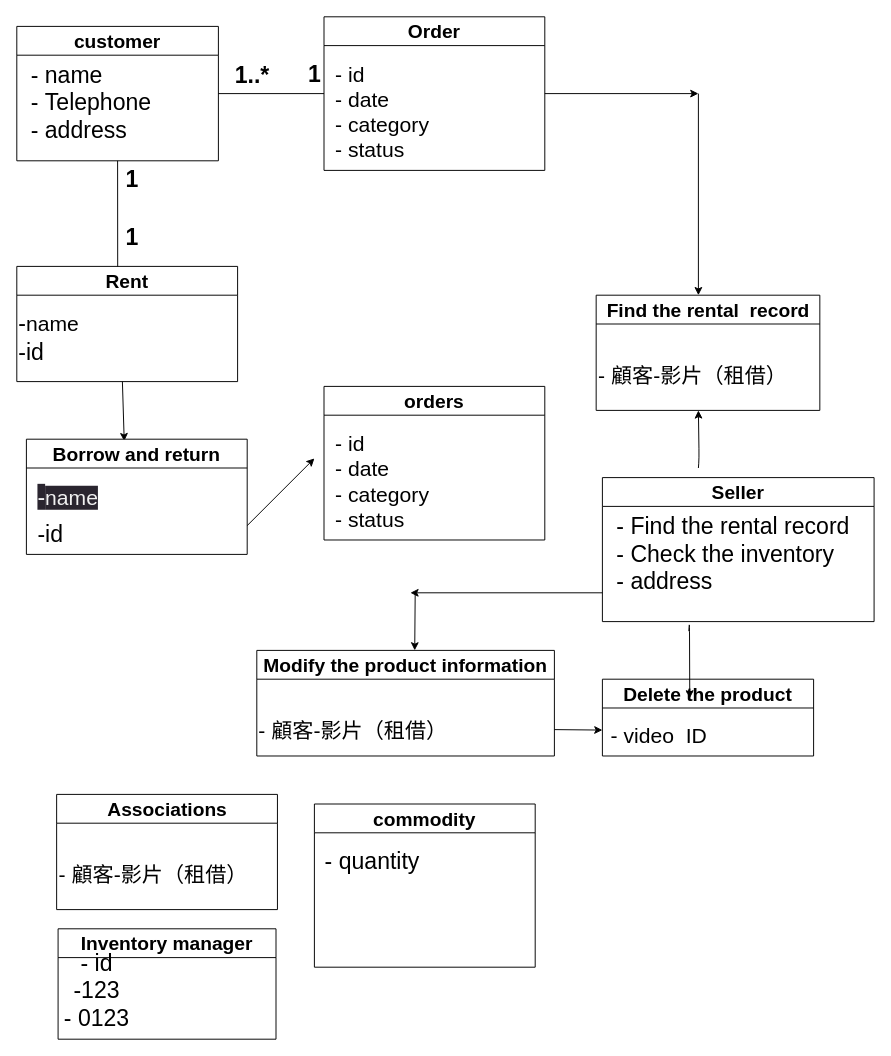
This is page "第1頁" (1 of 2) of answer.drawio from as37470317/112-2Finalproject, a draw.io file, before an edit. Source tidied: cells renumbered, new cells numbered last; positions are measured from the earlier drawing's top-left corner, leaving out a move shared by most shapes. Both pictures are drawn from the tidied source at 96%, with x=0, y=0 at pixel (16, 16).
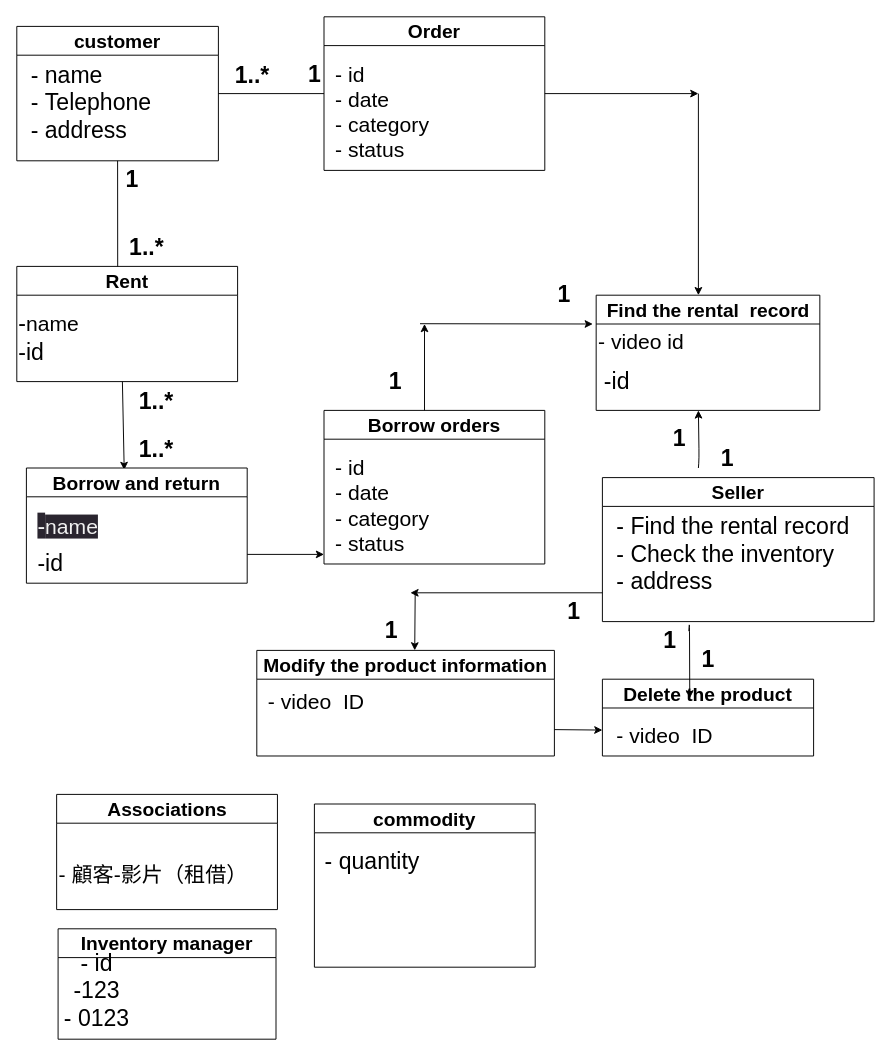
The same diagram, later.

The change refers to these unchanged cells:
```xml
<mxCell id="20" value="&lt;span style=&quot;font-size: 20px;&quot;&gt;Find the rental&amp;nbsp; record&lt;/span&gt;" style="swimlane;whiteSpace=wrap;html=1;startSize=30;" parent="1" vertex="1">
  <mxGeometry x="603.5" y="290" width="233" height="120" as="geometry" />
</mxCell>
<mxCell id="30" value="&lt;span style=&quot;font-size: 20px;&quot;&gt;Delete the product&lt;/span&gt;" style="swimlane;whiteSpace=wrap;html=1;startSize=30;" parent="1" vertex="1">
  <mxGeometry x="610" y="690" width="220" height="80" as="geometry" />
</mxCell>
<mxCell id="34" value="&lt;span style=&quot;font-size: 20px;&quot;&gt;Modify the product information&lt;/span&gt;" style="swimlane;whiteSpace=wrap;html=1;startSize=30;" parent="1" vertex="1">
  <mxGeometry x="250" y="660" width="310" height="110" as="geometry" />
</mxCell>
```

The edit, as a diff of the source:
```diff
@@
-    <mxCell id="21" value="&lt;font style=&quot;font-size: 22px;&quot;&gt; - 顧客-影片（租借）&lt;br&gt;&lt;/font&gt;" style="text;html=1;align=left;verticalAlign=middle;strokeColor=none;fillColor=none;" parent="20" vertex="1">
-      <mxGeometry y="65" width="220" height="40" as="geometry" />
+    <mxCell id="21" value="&lt;font style=&quot;font-size: 22px;&quot;&gt; - video id&lt;br&gt;&lt;/font&gt;" style="text;html=1;align=left;verticalAlign=middle;strokeColor=none;fillColor=none;" parent="20" vertex="1">
+      <mxGeometry y="30" width="110" height="40" as="geometry" />
     </mxCell>
+    <mxCell id="43" value="&lt;font style=&quot;font-size: 22px;&quot;&gt;&lt;span style=&quot;font-size: 24px;&quot;&gt;-id&lt;/span&gt;&lt;br&gt;&lt;/font&gt;" style="text;html=1;align=left;verticalAlign=middle;strokeColor=none;fillColor=none;" parent="20" vertex="1">
+      <mxGeometry x="6.5" y="70" width="50" height="40" as="geometry" />
+    </mxCell>
@@
     <mxCell id="26" style="edgeStyle=none;html=1;exitX=1;exitY=0.75;exitDx=0;exitDy=0;" parent="1" edge="1" source="27">
       <mxGeometry relative="1" as="geometry">
-        <mxPoint x="310" y="460" as="targetPoint" />
+        <mxPoint x="320" y="560" as="targetPoint" />
       </mxGeometry>
     </mxCell>
     <mxCell id="27" value="&lt;span style=&quot;font-size: 20px;&quot;&gt;Borrow and return&lt;/span&gt;" style="swimlane;whiteSpace=wrap;html=1;startSize=30;" parent="1" vertex="1">
-      <mxGeometry x="10" y="440" width="230" height="120" as="geometry" />
+      <mxGeometry x="10" y="470" width="230" height="120" as="geometry" />
     </mxCell>
@@
     <mxCell id="31" value="&lt;font style=&quot;font-size: 22px;&quot;&gt; - video&amp;nbsp; ID&lt;br&gt;&lt;/font&gt;" style="text;html=1;align=left;verticalAlign=middle;strokeColor=none;fillColor=none;" parent="30" vertex="1">
-      <mxGeometry x="7" y="40" width="120" height="40" as="geometry" />
+      <mxGeometry x="13" y="40" width="120" height="40" as="geometry" />
     </mxCell>
@@
-    <mxCell id="35" value="&lt;font style=&quot;font-size: 22px;&quot;&gt; - 顧客-影片（租借）&lt;br&gt;&lt;/font&gt;" style="text;html=1;align=left;verticalAlign=middle;strokeColor=none;fillColor=none;" parent="34" vertex="1">
-      <mxGeometry y="65" width="220" height="40" as="geometry" />
-    </mxCell>
+    <mxCell id="44" value="&lt;font style=&quot;font-size: 22px;&quot;&gt; - video&amp;nbsp; ID&lt;br&gt;&lt;/font&gt;" style="text;html=1;align=left;verticalAlign=middle;strokeColor=none;fillColor=none;" parent="34" vertex="1">
+      <mxGeometry x="10" y="35" width="120" height="40" as="geometry" />
+    </mxCell>
@@
-    <mxCell id="38" value="&lt;font style=&quot;font-size: 20px;&quot;&gt;orders&lt;/font&gt;" style="swimlane;whiteSpace=wrap;html=1;startSize=30;" parent="1" vertex="1">
-      <mxGeometry x="320" y="385" width="230" height="160" as="geometry" />
+    <mxCell id="38" value="&lt;font style=&quot;font-size: 20px;&quot;&gt;Borrow orders&lt;/font&gt;" style="swimlane;whiteSpace=wrap;html=1;startSize=30;" parent="1" vertex="1">
+      <mxGeometry x="320" y="410" width="230" height="160" as="geometry" />
     </mxCell>
@@
-    <mxCell id="42" value="1" style="text;strokeColor=none;fillColor=none;html=1;fontSize=24;fontStyle=1;verticalAlign=middle;align=center;" parent="1" vertex="1">
-      <mxGeometry x="70" y="210" width="100" height="40" as="geometry" />
-    </mxCell>
+    <mxCell id="45" value="1..*" style="text;strokeColor=none;fillColor=none;html=1;fontSize=24;fontStyle=1;verticalAlign=middle;align=center;" parent="1" vertex="1">
+      <mxGeometry x="120" y="240" width="30" as="geometry" />
+    </mxCell>
+    <mxCell id="46" value="1..*" style="text;strokeColor=none;fillColor=none;html=1;fontSize=24;fontStyle=1;verticalAlign=middle;align=center;" parent="1" vertex="1">
+      <mxGeometry x="130" y="400" width="30" as="geometry" />
+    </mxCell>
+    <mxCell id="47" value="1..*" style="text;strokeColor=none;fillColor=none;html=1;fontSize=24;fontStyle=1;verticalAlign=middle;align=center;" parent="1" vertex="1">
+      <mxGeometry x="130" y="450" width="30" as="geometry" />
+    </mxCell>
+    <mxCell id="48" style="edgeStyle=none;html=1;" parent="1" edge="1">
+      <mxGeometry relative="1" as="geometry">
+        <mxPoint x="424.7" y="410" as="sourcePoint" />
+        <mxPoint x="424.7" y="320" as="targetPoint" />
+      </mxGeometry>
+    </mxCell>
+    <mxCell id="49" style="edgeStyle=none;html=1;exitX=1;exitY=0.75;exitDx=0;exitDy=0;" parent="1" edge="1">
+      <mxGeometry relative="1" as="geometry">
+        <mxPoint x="420" y="319.7" as="sourcePoint" />
+        <mxPoint x="600" y="320" as="targetPoint" />
+      </mxGeometry>
+    </mxCell>
+    <mxCell id="50" value="1" style="text;strokeColor=none;fillColor=none;html=1;fontSize=24;fontStyle=1;verticalAlign=middle;align=center;" parent="1" vertex="1">
+      <mxGeometry x="520" y="270" width="100" height="40" as="geometry" />
+    </mxCell>
+    <mxCell id="51" value="1" style="text;strokeColor=none;fillColor=none;html=1;fontSize=24;fontStyle=1;verticalAlign=middle;align=center;" parent="1" vertex="1">
+      <mxGeometry x="344" y="360" width="100" height="40" as="geometry" />
+    </mxCell>
+    <mxCell id="52" value="1" style="text;strokeColor=none;fillColor=none;html=1;fontSize=24;fontStyle=1;verticalAlign=middle;align=center;" parent="1" vertex="1">
+      <mxGeometry x="690" y="440" width="100" height="40" as="geometry" />
+    </mxCell>
+    <mxCell id="53" value="1" style="text;strokeColor=none;fillColor=none;html=1;fontSize=24;fontStyle=1;verticalAlign=middle;align=center;" parent="1" vertex="1">
+      <mxGeometry x="640" y="420" width="100" height="40" as="geometry" />
+    </mxCell>
+    <mxCell id="54" value="1" style="text;strokeColor=none;fillColor=none;html=1;fontSize=24;fontStyle=1;verticalAlign=middle;align=center;" parent="1" vertex="1">
+      <mxGeometry x="630" y="630" width="100" height="40" as="geometry" />
+    </mxCell>
+    <mxCell id="55" value="1" style="text;strokeColor=none;fillColor=none;html=1;fontSize=24;fontStyle=1;verticalAlign=middle;align=center;" parent="1" vertex="1">
+      <mxGeometry x="670" y="650" width="100" height="40" as="geometry" />
+    </mxCell>
+    <mxCell id="56" value="1" style="text;strokeColor=none;fillColor=none;html=1;fontSize=24;fontStyle=1;verticalAlign=middle;align=center;" parent="1" vertex="1">
+      <mxGeometry x="530" y="600" width="100" height="40" as="geometry" />
+    </mxCell>
+    <mxCell id="57" value="1" style="text;strokeColor=none;fillColor=none;html=1;fontSize=24;fontStyle=1;verticalAlign=middle;align=center;" parent="1" vertex="1">
+      <mxGeometry x="340" y="620" width="100" height="40" as="geometry" />
+    </mxCell>
```
